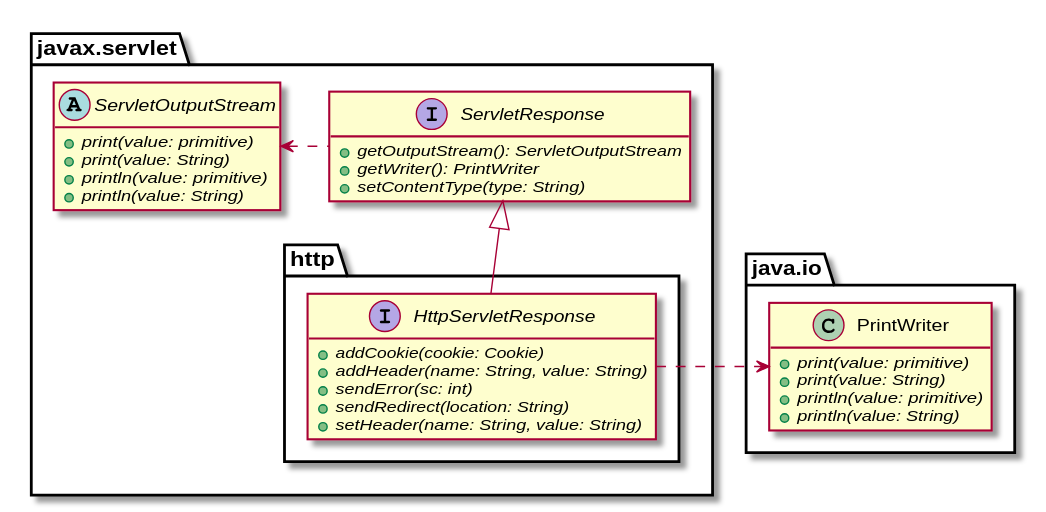
Before: cours/images/servlet/servlet-response.svg, a diagram exported from PlantUML (formations/javaee).
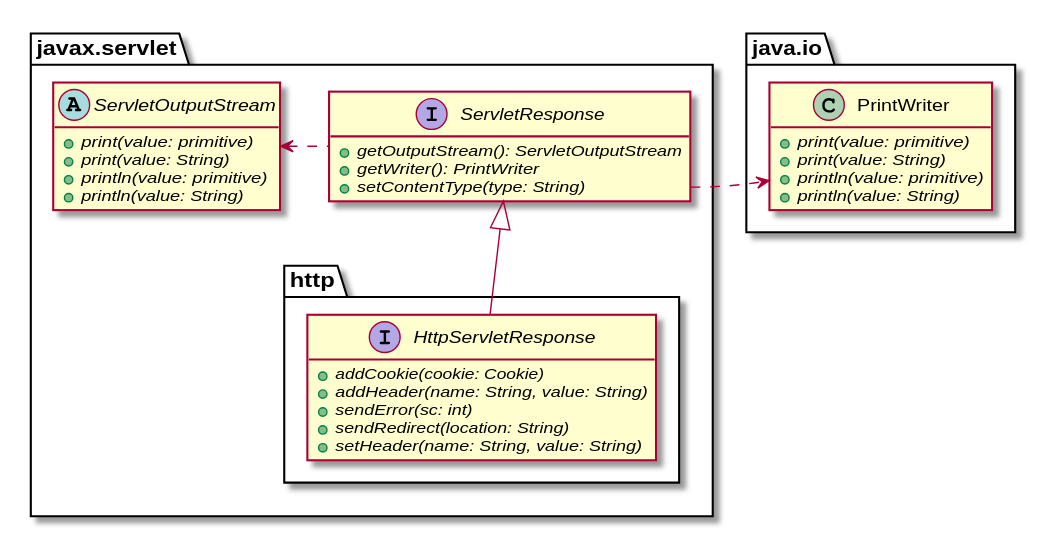
Above is the later version.

Commit message:
Fix UML diagrams

Diff of the diagram source:
```diff
@@ -31,7 +31,7 @@
 }
 HttpServletResponse -up-|> ServletResponse
 ServletResponse .left.> ServletOutputStream
-HttpServletResponse .right.> PrintWriter
+ServletResponse .right.> PrintWriter
 hide empty attributes
 hide empty methods
 @enduml
```
